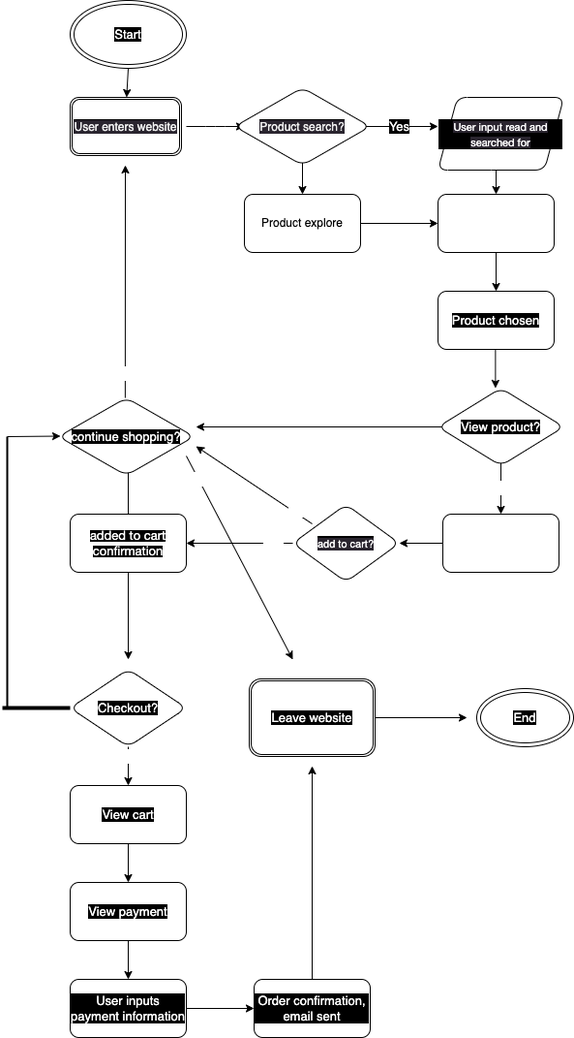
Before: explore/diagramming/diagram.drawio.png, a diagram exported from draw.io (sidhantsinghvi/sp24-cse110-lab4). Source tidied: cells renumbered, new cells last; positions are measured from the earlier drawing's top-left corner, leaving out a move shared by most shapes. Source of this version:
```xml
<mxGraphModel>
  <root>
    <mxCell id="0" />
    <mxCell id="1" parent="0" />
    <mxCell id="2" style="edgeStyle=none;html=1;fontSize=11;fontColor=#FFFFFF;" parent="1" edge="1">
      <mxGeometry relative="1" as="geometry">
        <mxPoint x="370" y="130" as="sourcePoint" />
        <mxPoint x="450" y="130" as="targetPoint" />
      </mxGeometry>
    </mxCell>
    <mxCell id="3" style="edgeStyle=none;html=1;fontSize=13;fontColor=#FFFFFF;" parent="1" edge="1">
      <mxGeometry relative="1" as="geometry">
        <mxPoint x="310" y="160" as="sourcePoint" />
        <mxPoint x="310" y="200" as="targetPoint" />
      </mxGeometry>
    </mxCell>
    <mxCell id="4" value="No" style="edgeLabel;html=1;align=center;verticalAlign=middle;fontSize=13;fontColor=#FFFFFF;" parent="3" vertex="1">
      <mxGeometry x="0.27" y="2" relative="1" as="geometry">
        <mxPoint x="8" y="-10" as="offset" />
      </mxGeometry>
    </mxCell>
    <mxCell id="5" style="edgeStyle=none;html=1;fontSize=11;fontColor=#FFFFFF;startArrow=none;" parent="1" edge="1" source="44">
      <mxGeometry relative="1" as="geometry">
        <mxPoint x="330" y="230" as="targetPoint" />
        <Array as="points">
          <mxPoint x="270" y="230" />
        </Array>
      </mxGeometry>
    </mxCell>
    <mxCell id="6" style="edgeStyle=none;html=1;fontSize=11;fontColor=#FFFFFF;" parent="1" edge="1">
      <mxGeometry relative="1" as="geometry">
        <mxPoint x="190" y="130" as="sourcePoint" />
        <mxPoint x="250" y="130" as="targetPoint" />
        <Array as="points">
          <mxPoint x="220" y="130" />
        </Array>
      </mxGeometry>
    </mxCell>
    <mxCell id="7" style="edgeStyle=none;html=1;fontSize=13;fontColor=#FFFFFF;" parent="1" edge="1" target="9">
      <mxGeometry relative="1" as="geometry">
        <mxPoint x="510" y="160" as="sourcePoint" />
      </mxGeometry>
    </mxCell>
    <mxCell id="8" style="edgeStyle=none;html=1;fontSize=13;fontColor=#FFFFFF;" parent="1" edge="1" source="9" target="22">
      <mxGeometry relative="1" as="geometry" />
    </mxCell>
    <mxCell id="9" value="User looks for products" style="whiteSpace=wrap;html=1;labelBackgroundColor=none;fontColor=#FFFFFF;rounded=1;" parent="1" vertex="1">
      <mxGeometry x="450" y="200" width="120" height="60" as="geometry" />
    </mxCell>
    <mxCell id="10" value="Yes" style="edgeStyle=none;html=1;fontSize=13;fontColor=#FFFFFF;" parent="1" edge="1">
      <mxGeometry x="-0.63" y="5" relative="1" as="geometry">
        <mxPoint x="300" y="560" as="sourcePoint" />
        <mxPoint x="190" y="560" as="targetPoint" />
      </mxGeometry>
    </mxCell>
    <mxCell id="11" style="edgeStyle=none;html=1;fontSize=13;fontColor=#FFFFFF;" parent="1" edge="1">
      <mxGeometry relative="1" as="geometry">
        <mxPoint x="320" y="540" as="sourcePoint" />
        <mxPoint x="200" y="460" as="targetPoint" />
      </mxGeometry>
    </mxCell>
    <mxCell id="12" value="No" style="edgeLabel;html=1;align=center;verticalAlign=middle;fontSize=13;fontColor=#FFFFFF;" parent="11" vertex="1">
      <mxGeometry x="-0.67" y="-3" relative="1" as="geometry" />
    </mxCell>
    <mxCell id="13" style="edgeStyle=none;html=1;fontSize=13;fontColor=#FFFFFF;" parent="1" edge="1" source="14">
      <mxGeometry relative="1" as="geometry">
        <mxPoint x="410" y="560" as="targetPoint" />
      </mxGeometry>
    </mxCell>
    <mxCell id="14" value="Product website opens" style="whiteSpace=wrap;html=1;labelBackgroundColor=none;fontSize=11;fontColor=#FFFFFF;rounded=1;" parent="1" vertex="1">
      <mxGeometry x="455" y="530" width="120" height="60" as="geometry" />
    </mxCell>
    <mxCell id="15" style="edgeStyle=none;html=1;fontSize=13;fontColor=#FFFFFF;" parent="1" edge="1" source="17">
      <mxGeometry relative="1" as="geometry">
        <mxPoint x="130" y="470" as="targetPoint" />
      </mxGeometry>
    </mxCell>
    <mxCell id="16" style="edgeStyle=none;html=1;fontSize=13;fontColor=#FFFFFF;" parent="1" edge="1" source="17">
      <mxGeometry relative="1" as="geometry">
        <mxPoint x="130" y="680" as="targetPoint" />
      </mxGeometry>
    </mxCell>
    <mxCell id="17" value="&lt;span style=&quot;font-family: &amp;quot;Lato Extended&amp;quot;, Lato, &amp;quot;Helvetica Neue&amp;quot;, Helvetica, Arial, sans-serif; text-align: left; background-color: rgb(0, 0, 0);&quot;&gt;&lt;font style=&quot;font-size: 13px;&quot;&gt;added to cart confirmation&lt;/font&gt;&lt;/span&gt;" style="whiteSpace=wrap;html=1;labelBackgroundColor=none;fontSize=11;fontColor=#FFFFFF;rounded=1;" parent="1" vertex="1">
      <mxGeometry x="70" y="530" width="120" height="60" as="geometry" />
    </mxCell>
    <mxCell id="18" style="edgeStyle=none;html=1;fontSize=13;fontColor=#FFFFFF;exitX=0.25;exitY=0;exitDx=0;exitDy=0;" parent="1" edge="1">
      <mxGeometry relative="1" as="geometry">
        <mxPoint x="126.9" y="410" as="sourcePoint" />
        <mxPoint x="127" y="170" as="targetPoint" />
      </mxGeometry>
    </mxCell>
    <mxCell id="19" value="Yes" style="edgeLabel;html=1;align=center;verticalAlign=middle;fontSize=13;fontColor=#FFFFFF;" parent="18" vertex="1">
      <mxGeometry x="-0.29" y="4" relative="1" as="geometry">
        <mxPoint y="59" as="offset" />
      </mxGeometry>
    </mxCell>
    <mxCell id="20" value="No" style="edgeStyle=none;html=1;exitX=1;exitY=1;exitDx=0;exitDy=0;fontSize=13;fontColor=#FFFFFF;" parent="1" edge="1">
      <mxGeometry x="-0.78" y="-2" relative="1" as="geometry">
        <mxPoint x="190" y="470" as="sourcePoint" />
        <mxPoint x="300" y="680" as="targetPoint" />
        <mxPoint x="-1" as="offset" />
      </mxGeometry>
    </mxCell>
    <mxCell id="21" style="edgeStyle=none;html=1;fontSize=13;fontColor=#FFFFFF;" parent="1" edge="1">
      <mxGeometry relative="1" as="geometry">
        <mxPoint x="509.4" y="360" as="sourcePoint" />
        <mxPoint x="509.4" y="400" as="targetPoint" />
      </mxGeometry>
    </mxCell>
    <mxCell id="22" value="Product chosen" style="whiteSpace=wrap;html=1;labelBackgroundColor=#000000;fontSize=13;fontColor=#FFFFFF;rounded=1;" parent="1" vertex="1">
      <mxGeometry x="450" y="300" width="120" height="60" as="geometry" />
    </mxCell>
    <mxCell id="23" style="edgeStyle=none;html=1;fontSize=13;fontColor=#FFFFFF;entryX=0.5;entryY=0;entryDx=0;entryDy=0;" parent="1" edge="1" target="14">
      <mxGeometry relative="1" as="geometry">
        <mxPoint x="515" y="470" as="sourcePoint" />
      </mxGeometry>
    </mxCell>
    <mxCell id="24" value="Yes" style="edgeLabel;html=1;align=center;verticalAlign=middle;fontSize=13;fontColor=#FFFFFF;" parent="23" vertex="1">
      <mxGeometry relative="1" as="geometry" />
    </mxCell>
    <mxCell id="25" style="edgeStyle=none;html=1;fontSize=13;fontColor=#FFFFFF;" parent="1" edge="1">
      <mxGeometry relative="1" as="geometry">
        <mxPoint x="455" y="440" as="sourcePoint" />
        <mxPoint x="200" y="440" as="targetPoint" />
      </mxGeometry>
    </mxCell>
    <mxCell id="26" value="No" style="edgeLabel;html=1;align=center;verticalAlign=middle;fontSize=13;fontColor=#FFFFFF;" parent="25" vertex="1">
      <mxGeometry x="-0.73" y="-4" relative="1" as="geometry">
        <mxPoint x="19" y="-6" as="offset" />
      </mxGeometry>
    </mxCell>
    <mxCell id="27" style="edgeStyle=none;html=1;fontSize=13;fontColor=#FFFFFF;" parent="1" edge="1" target="30">
      <mxGeometry relative="1" as="geometry">
        <mxPoint x="130" y="770" as="sourcePoint" />
      </mxGeometry>
    </mxCell>
    <mxCell id="28" value="Yes" style="edgeLabel;html=1;align=center;verticalAlign=middle;fontSize=13;fontColor=#FFFFFF;" parent="27" vertex="1">
      <mxGeometry x="-0.62" relative="1" as="geometry" />
    </mxCell>
    <mxCell id="29" style="edgeStyle=none;html=1;fontSize=13;fontColor=#FFFFFF;" parent="1" edge="1" source="30" target="32">
      <mxGeometry relative="1" as="geometry" />
    </mxCell>
    <mxCell id="30" value="View cart" style="whiteSpace=wrap;html=1;labelBackgroundColor=#000000;fontSize=13;fontColor=#FFFFFF;rounded=1;" parent="1" vertex="1">
      <mxGeometry x="70" y="810" width="120" height="60" as="geometry" />
    </mxCell>
    <mxCell id="31" style="edgeStyle=none;html=1;fontSize=13;fontColor=#FFFFFF;" parent="1" edge="1" source="32" target="34">
      <mxGeometry relative="1" as="geometry" />
    </mxCell>
    <mxCell id="32" value="View payment" style="whiteSpace=wrap;html=1;labelBackgroundColor=#000000;fontSize=13;fontColor=#FFFFFF;rounded=1;" parent="1" vertex="1">
      <mxGeometry x="70" y="910" width="120" height="60" as="geometry" />
    </mxCell>
    <mxCell id="33" style="edgeStyle=none;html=1;fontSize=13;fontColor=#FFFFFF;" parent="1" edge="1" source="34" target="36">
      <mxGeometry relative="1" as="geometry" />
    </mxCell>
    <mxCell id="34" value="User inputs payment information" style="whiteSpace=wrap;html=1;labelBackgroundColor=#000000;fontSize=13;fontColor=#FFFFFF;rounded=1;" parent="1" vertex="1">
      <mxGeometry x="70" y="1010" width="120" height="60" as="geometry" />
    </mxCell>
    <mxCell id="35" style="edgeStyle=none;html=1;fontSize=13;fontColor=#FFFFFF;" parent="1" edge="1" source="36">
      <mxGeometry relative="1" as="geometry">
        <mxPoint x="320" y="790" as="targetPoint" />
      </mxGeometry>
    </mxCell>
    <mxCell id="36" value="Order confirmation, email sent" style="whiteSpace=wrap;html=1;labelBackgroundColor=#000000;fontSize=13;fontColor=#FFFFFF;rounded=1;" parent="1" vertex="1">
      <mxGeometry x="260" y="1010" width="120" height="60" as="geometry" />
    </mxCell>
    <mxCell id="37" value="&lt;span style=&quot;color: rgb(240, 240, 240); font-size: 12px; background-color: rgb(42, 37, 47);&quot;&gt;User enters website&lt;/span&gt;" style="shape=ext;double=1;rounded=1;whiteSpace=wrap;html=1;labelBackgroundColor=#000000;fontSize=13;fontColor=#FFFFFF;" parent="1" vertex="1">
      <mxGeometry x="70" y="100" width="115" height="60" as="geometry" />
    </mxCell>
    <mxCell id="38" style="edgeStyle=none;html=1;fontSize=13;fontColor=#FFFFFF;" parent="1" edge="1" source="39">
      <mxGeometry relative="1" as="geometry">
        <mxPoint x="480" y="740" as="targetPoint" />
      </mxGeometry>
    </mxCell>
    <mxCell id="39" value="&lt;meta charset=&quot;utf-8&quot;&gt;&lt;span style=&quot;color: rgb(255, 255, 255); font-family: Helvetica; font-size: 13px; font-style: normal; font-variant-ligatures: normal; font-variant-caps: normal; font-weight: 400; letter-spacing: normal; orphans: 2; text-align: center; text-indent: 0px; text-transform: none; widows: 2; word-spacing: 0px; -webkit-text-stroke-width: 0px; background-color: rgb(0, 0, 0); text-decoration-thickness: initial; text-decoration-style: initial; text-decoration-color: initial; float: none; display: inline !important;&quot;&gt;Leave website&lt;/span&gt;" style="shape=ext;double=1;rounded=1;whiteSpace=wrap;html=1;labelBackgroundColor=#000000;fontSize=13;fontColor=#FFFFFF;" parent="1" vertex="1">
      <mxGeometry x="255" y="700" width="130" height="80" as="geometry" />
    </mxCell>
    <mxCell id="40" style="edgeStyle=none;html=1;fontSize=13;fontColor=#FFFFFF;" parent="1" edge="1" source="41" target="37">
      <mxGeometry relative="1" as="geometry" />
    </mxCell>
    <mxCell id="41" value="Start" style="ellipse;shape=doubleEllipse;whiteSpace=wrap;html=1;labelBackgroundColor=#000000;fontSize=13;fontColor=#FFFFFF;" parent="1" vertex="1">
      <mxGeometry x="70" width="120" height="70" as="geometry" />
    </mxCell>
    <mxCell id="42" value="Yes" style="text;html=1;align=center;verticalAlign=middle;strokeColor=none;fillColor=none;fontSize=13;fontColor=#FFFFFF;labelBackgroundColor=#000000;" parent="1" vertex="1">
      <mxGeometry x="390" y="115" width="40" height="30" as="geometry" />
    </mxCell>
    <mxCell id="43" style="edgeStyle=none;html=1;fontSize=13;fontColor=#FFFFFF;" parent="1" edge="1" source="44" target="9">
      <mxGeometry relative="1" as="geometry" />
    </mxCell>
    <mxCell id="44" value="Product explore" style="whiteSpace=wrap;html=1;rounded=1;" parent="1" vertex="1">
      <mxGeometry x="250" y="200" width="120" height="60" as="geometry" />
    </mxCell>
    <mxCell id="45" style="line;strokeWidth=4;html=1;perimeter=backbonePerimeter;labelBackgroundColor=#000000;fontSize=13;fontColor=#FFFFFF;" parent="1" vertex="1">
      <mxGeometry y="725" width="70" height="10" as="geometry" />
    </mxCell>
    <mxCell id="46" style="edgeStyle=none;html=1;exitX=0;exitY=0.5;exitDx=0;exitDy=0;exitPerimeter=0;fontSize=13;fontColor=#FFFFFF;" parent="1" edge="1" source="47">
      <mxGeometry relative="1" as="geometry">
        <mxPoint x="60" y="449.5" as="targetPoint" />
      </mxGeometry>
    </mxCell>
    <mxCell id="47" style="line;strokeWidth=2;direction=south;html=1;labelBackgroundColor=#000000;fontSize=13;fontColor=#FFFFFF;" parent="1" vertex="1">
      <mxGeometry y="450" width="10" height="280" as="geometry" />
    </mxCell>
    <mxCell id="48" value="No" style="text;html=1;align=center;verticalAlign=middle;strokeColor=none;fillColor=none;fontSize=13;fontColor=#FFFFFF;" parent="1" vertex="1">
      <mxGeometry x="30" y="690" width="40" height="30" as="geometry" />
    </mxCell>
    <mxCell id="49" value="End" style="ellipse;shape=doubleEllipse;whiteSpace=wrap;html=1;labelBackgroundColor=#000000;fontSize=13;fontColor=#FFFFFF;" parent="1" vertex="1">
      <mxGeometry x="490" y="710" width="100" height="60" as="geometry" />
    </mxCell>
    <mxCell id="50" value="&lt;span style=&quot;font-family: &amp;quot;Lato Extended&amp;quot;, Lato, &amp;quot;Helvetica Neue&amp;quot;, Helvetica, Arial, sans-serif; font-size: 11px; text-align: left; background-color: rgb(42, 37, 47);&quot;&gt;User input read and searched for&lt;/span&gt;" style="shape=parallelogram;perimeter=parallelogramPerimeter;whiteSpace=wrap;html=1;fixedSize=1;rounded=1;labelBackgroundColor=#000000;fontSize=13;fontColor=#FFFFFF;fillColor=default;" parent="1" vertex="1">
      <mxGeometry x="450" y="100" width="130" height="75" as="geometry" />
    </mxCell>
    <mxCell id="51" value="View product?" style="rhombus;whiteSpace=wrap;html=1;rounded=1;labelBackgroundColor=#000000;fontSize=13;fontColor=#FFFFFF;fillColor=default;" parent="1" vertex="1">
      <mxGeometry x="450" y="400" width="130" height="80" as="geometry" />
    </mxCell>
    <mxCell id="52" value="&lt;meta charset=&quot;utf-8&quot;&gt;&lt;span style=&quot;color: rgb(240, 240, 240); font-family: Helvetica; font-size: 12px; font-style: normal; font-variant-ligatures: normal; font-variant-caps: normal; font-weight: 400; letter-spacing: normal; orphans: 2; text-align: center; text-indent: 0px; text-transform: none; widows: 2; word-spacing: 0px; -webkit-text-stroke-width: 0px; background-color: rgb(42, 37, 47); text-decoration-thickness: initial; text-decoration-style: initial; text-decoration-color: initial; float: none; display: inline !important;&quot;&gt;Product search?&lt;/span&gt;" style="rhombus;whiteSpace=wrap;html=1;rounded=1;labelBackgroundColor=#000000;fontSize=13;fontColor=#FFFFFF;fillColor=default;" parent="1" vertex="1">
      <mxGeometry x="240" y="90" width="140" height="80" as="geometry" />
    </mxCell>
    <mxCell id="53" value="&lt;meta charset=&quot;utf-8&quot;&gt;&lt;span style=&quot;color: rgb(255, 255, 255); font-family: Helvetica; font-size: 11px; font-style: normal; font-variant-ligatures: normal; font-variant-caps: normal; font-weight: 400; letter-spacing: normal; orphans: 2; text-align: center; text-indent: 0px; text-transform: none; widows: 2; word-spacing: 0px; -webkit-text-stroke-width: 0px; background-color: rgb(42, 37, 47); text-decoration-thickness: initial; text-decoration-style: initial; text-decoration-color: initial; float: none; display: inline !important;&quot;&gt;add to cart?&lt;/span&gt;" style="rhombus;whiteSpace=wrap;html=1;rounded=1;labelBackgroundColor=#000000;fontSize=13;fontColor=#FFFFFF;fillColor=default;" parent="1" vertex="1">
      <mxGeometry x="300" y="520" width="110" height="80" as="geometry" />
    </mxCell>
    <mxCell id="54" value="continue shopping?" style="rhombus;whiteSpace=wrap;html=1;rounded=1;labelBackgroundColor=#000000;fontSize=13;fontColor=#FFFFFF;fillColor=default;" parent="1" vertex="1">
      <mxGeometry x="58" y="410" width="140" height="80" as="geometry" />
    </mxCell>
    <mxCell id="55" value="&lt;meta charset=&quot;utf-8&quot;&gt;&lt;span style=&quot;color: rgb(255, 255, 255); font-family: Helvetica; font-size: 13px; font-style: normal; font-variant-ligatures: normal; font-variant-caps: normal; font-weight: 400; letter-spacing: normal; orphans: 2; text-align: center; text-indent: 0px; text-transform: none; widows: 2; word-spacing: 0px; -webkit-text-stroke-width: 0px; background-color: rgb(0, 0, 0); text-decoration-thickness: initial; text-decoration-style: initial; text-decoration-color: initial; float: none; display: inline !important;&quot;&gt;Checkout?&lt;/span&gt;" style="rhombus;whiteSpace=wrap;html=1;rounded=1;labelBackgroundColor=#000000;fontSize=13;fontColor=#FFFFFF;fillColor=default;" parent="1" vertex="1">
      <mxGeometry x="70" y="690" width="120" height="80" as="geometry" />
    </mxCell>
  </root>
</mxGraphModel>
```
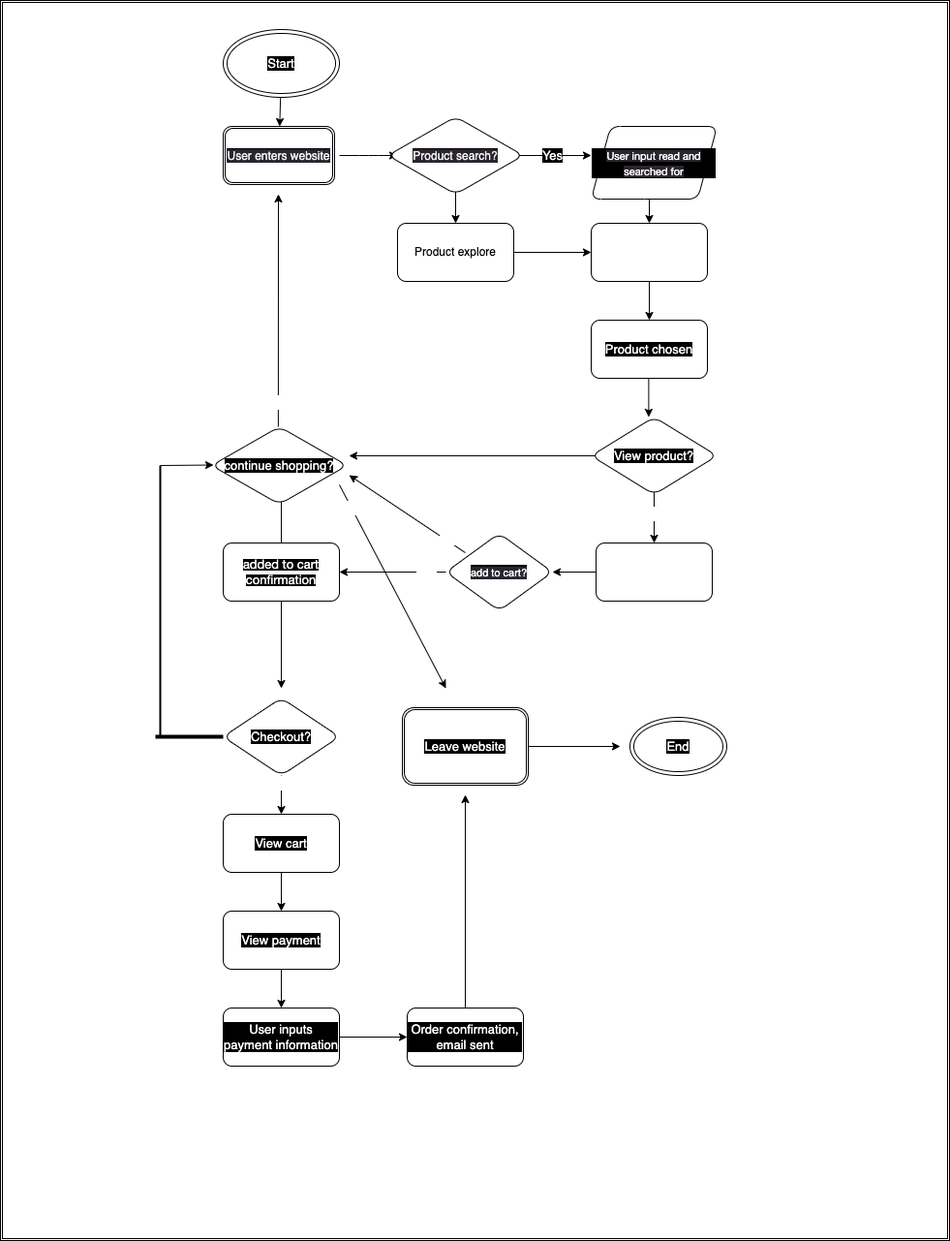
The same file after the commit.

Diff of the diagram source:
```diff
@@ -2,6 +2,9 @@
   <root>
     <mxCell id="0" />
     <mxCell id="1" parent="0" />
+    <mxCell id="56" style="shape=ext;double=1;rounded=0;whiteSpace=wrap;html=1;labelBackgroundColor=#000000;fontSize=13;fontColor=#FFFFFF;fillColor=default;" parent="1" vertex="1">
+      <mxGeometry x="-160" y="-30" width="980" height="1280" as="geometry" />
+    </mxCell>
     <mxCell id="2" style="edgeStyle=none;html=1;fontSize=11;fontColor=#FFFFFF;" parent="1" edge="1">
       <mxGeometry relative="1" as="geometry">
         <mxPoint x="370" y="130" as="sourcePoint" />
```
